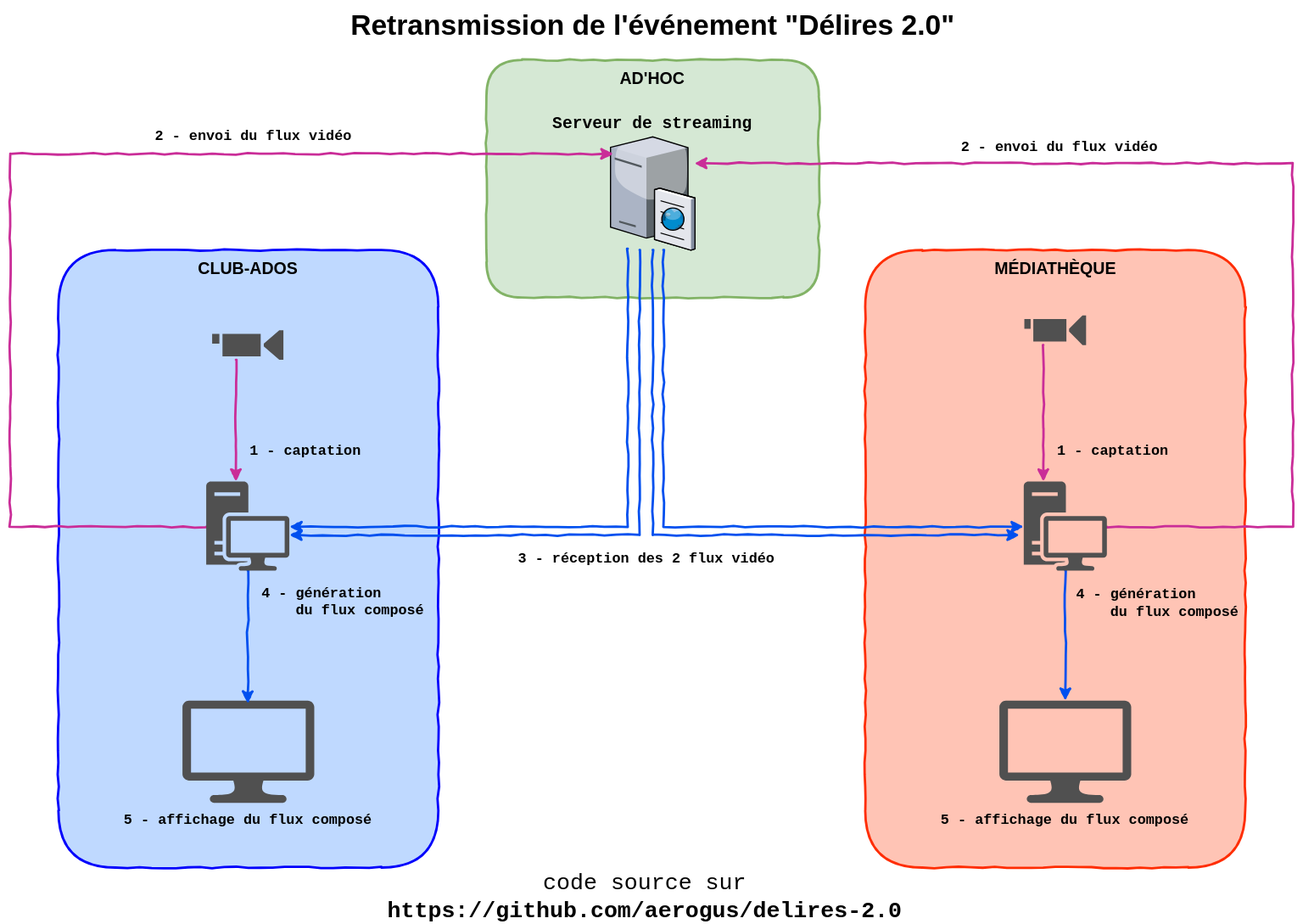
Above: synoptique.svg in aerogus/delires-2.0 (draw.io), before the change. Source tidied: cells renumbered, new cells last; positions are measured from the earlier drawing's top-left corner, leaving out a move shared by most shapes.
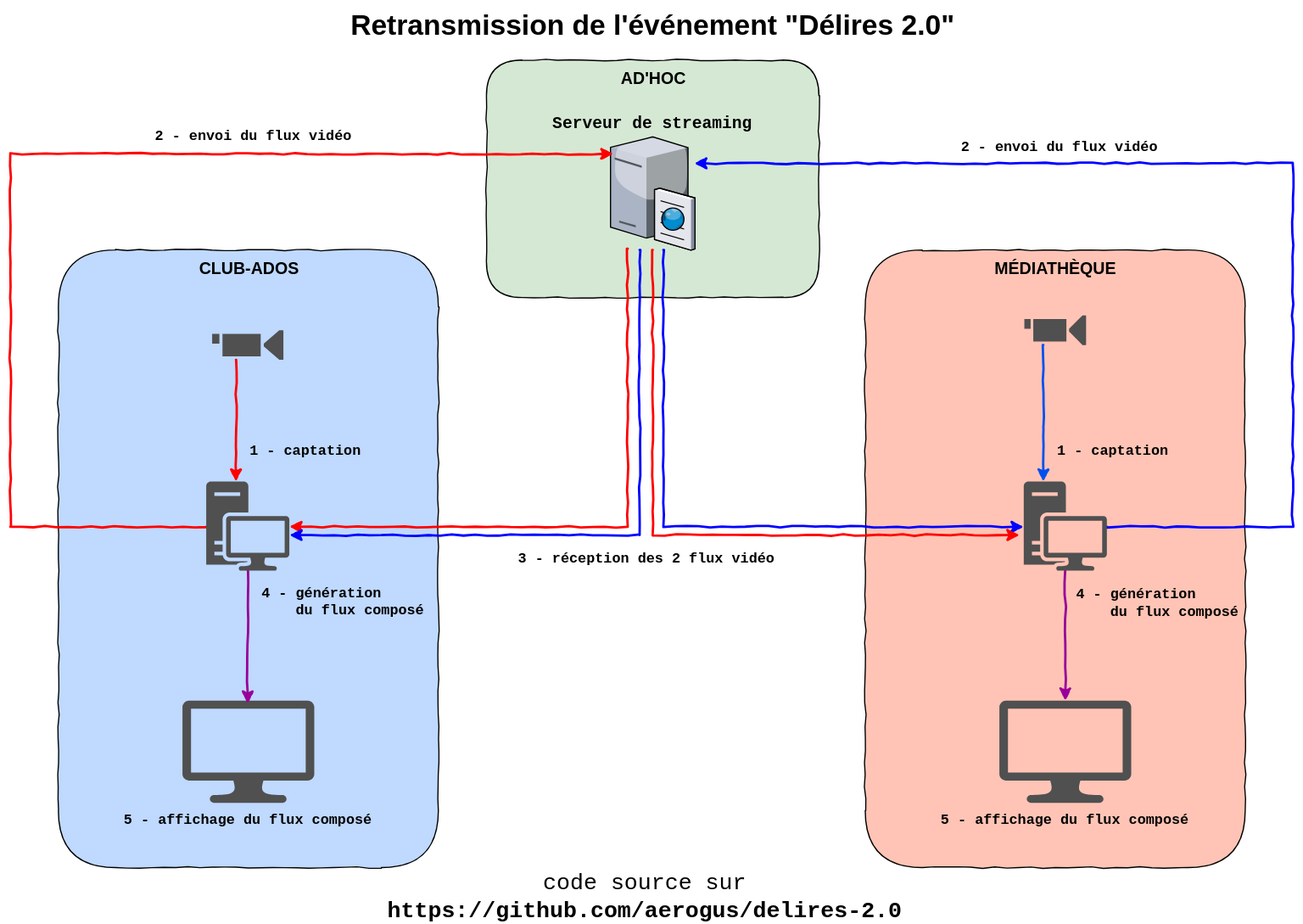
The same file after the commit.

Commit message:
couleurs + intelligibles

Change to the diagram source:
```diff
@@ -2,16 +2,16 @@
   <root>
     <mxCell id="0" style="html=1;" />
     <mxCell id="1" style="html=1;" parent="0" />
-    <mxCell id="2" value="&lt;div&gt;&lt;b&gt;AD'HOC&lt;/b&gt;&lt;/div&gt;&lt;div&gt;&lt;br&gt;&lt;/div&gt;" style="whiteSpace=wrap;html=1;fillColor=#d5e8d4;fontSize=14;strokeColor=#82b366;verticalAlign=top;rounded=1;strokeWidth=2;comic=1;" parent="1" vertex="1">
+    <mxCell id="2" value="&lt;div&gt;&lt;b&gt;AD'HOC&lt;/b&gt;&lt;/div&gt;&lt;div&gt;&lt;br&gt;&lt;/div&gt;" style="whiteSpace=wrap;html=1;fillColor=#d5e8d4;fontSize=14;strokeColor=#000000;verticalAlign=top;rounded=1;strokeWidth=1;comic=1;" parent="1" vertex="1">
       <mxGeometry x="401" y="50" width="280" height="200" as="geometry" />
     </mxCell>
-    <mxCell id="3" value="&lt;div&gt;&lt;b&gt;CLUB-ADOS&lt;/b&gt;&lt;/div&gt;" style="whiteSpace=wrap;html=1;fillColor=#BFD9FF;fontSize=14;strokeColor=#0000FC;verticalAlign=top;rounded=1;glass=0;shadow=0;comic=1;strokeWidth=2;perimeterSpacing=0;" parent="1" vertex="1">
+    <mxCell id="3" value="&lt;div&gt;&lt;b&gt;CLUB-ADOS&lt;/b&gt;&lt;/div&gt;" style="whiteSpace=wrap;html=1;fillColor=#BFD9FF;fontSize=14;strokeColor=#000000;verticalAlign=top;rounded=1;glass=0;shadow=0;comic=1;strokeWidth=1;perimeterSpacing=0;" parent="1" vertex="1">
       <mxGeometry x="40.5" y="210" width="320" height="520" as="geometry" />
     </mxCell>
-    <mxCell id="4" value="&lt;div&gt;&lt;b&gt;MÉDIATHÈQUE&lt;/b&gt;&lt;/div&gt;" style="whiteSpace=wrap;html=1;fillColor=#FFC4B5;fontSize=14;strokeColor=#FF2D03;verticalAlign=top;rounded=1;shadow=0;comic=1;fontFamily=Helvetica;labelBackgroundColor=none;labelBorderColor=none;strokeWidth=2;" parent="1" vertex="1">
+    <mxCell id="4" value="&lt;div&gt;&lt;b&gt;MÉDIATHÈQUE&lt;/b&gt;&lt;/div&gt;" style="whiteSpace=wrap;html=1;fillColor=#FFC4B5;fontSize=14;strokeColor=#000000;verticalAlign=top;rounded=1;shadow=0;comic=1;fontFamily=Helvetica;labelBackgroundColor=none;labelBorderColor=none;strokeWidth=1;" parent="1" vertex="1">
       <mxGeometry x="720" y="210" width="320" height="520" as="geometry" />
     </mxCell>
-    <mxCell id="5" style="edgeStyle=orthogonalEdgeStyle;rounded=0;html=1;jettySize=auto;entryX=1;entryY=0.507;entryPerimeter=0;fillColor=#0050ef;strokeColor=#0050ef;strokeWidth=2;comic=1;" parent="1" edge="1" target="20">
+    <mxCell id="5" style="edgeStyle=orthogonalEdgeStyle;rounded=0;html=1;jettySize=auto;entryX=1;entryY=0.507;entryPerimeter=0;fillColor=#0050ef;strokeColor=#FF0000;strokeWidth=2;comic=1;" parent="1" edge="1" target="20">
       <mxGeometry relative="1" as="geometry">
         <mxPoint x="520" y="209" as="sourcePoint" />
         <Array as="points">
@@ -20,21 +20,21 @@
         </Array>
       </mxGeometry>
     </mxCell>
-    <mxCell id="6" style="edgeStyle=orthogonalEdgeStyle;rounded=0;html=1;jettySize=auto;fillColor=#0050ef;strokeColor=#0050ef;strokeWidth=2;comic=1;" parent="1" edge="1" source="9" target="23">
+    <mxCell id="6" style="edgeStyle=orthogonalEdgeStyle;rounded=0;html=1;jettySize=auto;fillColor=#0050ef;strokeColor=#0000FF;strokeWidth=2;comic=1;" parent="1" edge="1" source="9" target="23">
       <mxGeometry relative="1" as="geometry">
         <Array as="points">
           <mxPoint x="550" y="443" />
         </Array>
       </mxGeometry>
     </mxCell>
-    <mxCell id="7" style="edgeStyle=orthogonalEdgeStyle;rounded=0;html=1;jettySize=auto;strokeWidth=2;fillColor=#0050ef;strokeColor=#0050ef;comic=1;" parent="1" edge="1" source="9" target="20">
+    <mxCell id="7" style="edgeStyle=orthogonalEdgeStyle;rounded=0;html=1;jettySize=auto;strokeWidth=2;fillColor=#0050ef;strokeColor=#0000FF;comic=1;" parent="1" edge="1" source="9" target="20">
       <mxGeometry relative="1" as="geometry">
         <Array as="points">
           <mxPoint x="530" y="450" />
         </Array>
       </mxGeometry>
     </mxCell>
-    <mxCell id="8" style="edgeStyle=orthogonalEdgeStyle;rounded=0;html=1;jettySize=auto;strokeWidth=2;fillColor=#0050ef;strokeColor=#0050ef;comic=1;" parent="1" edge="1" source="9">
+    <mxCell id="8" style="edgeStyle=orthogonalEdgeStyle;rounded=0;html=1;jettySize=auto;strokeWidth=2;fillColor=#0050ef;strokeColor=#FF0000;comic=1;" parent="1" edge="1" source="9">
       <mxGeometry relative="1" as="geometry">
         <mxPoint x="850" y="450" as="targetPoint" />
         <Array as="points">
@@ -55,7 +55,7 @@
     <mxCell id="12" value="&lt;b&gt;&lt;font face=&quot;Courier New&quot;&gt;5 - affichage du flux composé&lt;/font&gt;&lt;/b&gt;" style="shadow=0;dashed=0;html=1;strokeColor=none;fillColor=#505050;labelPosition=center;verticalLabelPosition=bottom;verticalAlign=top;outlineConnect=0;align=center;shape=mxgraph.office.devices.lcd_monitor;" parent="1" vertex="1">
       <mxGeometry x="833" y="589.5" width="111" height="86" as="geometry" />
     </mxCell>
-    <mxCell id="13" style="edgeStyle=orthogonalEdgeStyle;rounded=0;html=1;jettySize=auto;fillColor=#008a00;strokeColor=#ca2d98;strokeWidth=2;comic=1;" parent="1" edge="1" source="14" target="20">
+    <mxCell id="13" style="edgeStyle=orthogonalEdgeStyle;rounded=0;html=1;jettySize=auto;fillColor=#008a00;strokeColor=#FF0000;strokeWidth=2;comic=1;" parent="1" edge="1" source="14" target="20">
       <mxGeometry relative="1" as="geometry">
         <Array as="points">
           <mxPoint x="190" y="370" />
@@ -66,7 +66,7 @@
     <mxCell id="14" style="shadow=0;dashed=0;html=1;strokeColor=none;fillColor=#505050;labelPosition=center;verticalLabelPosition=bottom;verticalAlign=top;outlineConnect=0;align=center;shape=mxgraph.office.devices.video_camera;" parent="1" vertex="1">
       <mxGeometry x="170" y="277.5" width="60" height="25" as="geometry" />
     </mxCell>
-    <mxCell id="15" style="edgeStyle=orthogonalEdgeStyle;rounded=0;html=1;jettySize=auto;fillColor=#008a00;strokeColor=#ca2d98;strokeWidth=2;comic=1;" parent="1" edge="1" source="16" target="23">
+    <mxCell id="15" style="edgeStyle=orthogonalEdgeStyle;rounded=0;html=1;jettySize=auto;fillColor=#008a00;strokeColor=#0050EF;strokeWidth=2;comic=1;" parent="1" edge="1" source="16" target="23">
       <mxGeometry relative="1" as="geometry">
         <Array as="points">
           <mxPoint x="870" y="360" />
@@ -77,7 +77,7 @@
     <mxCell id="16" style="shadow=0;dashed=0;html=1;strokeColor=none;fillColor=#505050;labelPosition=center;verticalLabelPosition=bottom;verticalAlign=top;outlineConnect=0;align=center;shape=mxgraph.office.devices.video_camera;direction=east;" parent="1" vertex="1">
       <mxGeometry x="854" y="265" width="52" height="25" as="geometry" />
     </mxCell>
-    <mxCell id="17" style="edgeStyle=orthogonalEdgeStyle;rounded=0;html=1;entryX=0.042;entryY=0.169;jettySize=auto;entryPerimeter=0;fillColor=#e51400;strokeColor=#ca2d98;strokeWidth=2;comic=1;" parent="1" edge="1" source="20" target="9">
+    <mxCell id="17" style="edgeStyle=orthogonalEdgeStyle;rounded=0;html=1;entryX=0.042;entryY=0.169;jettySize=auto;entryPerimeter=0;fillColor=#e51400;strokeColor=#FF0000;strokeWidth=2;comic=1;" parent="1" edge="1" source="20" target="9">
       <mxGeometry relative="1" as="geometry">
         <Array as="points">
           <mxPoint y="443" />
@@ -90,13 +90,13 @@
         <mxPoint x="117.5" y="-18.5" as="offset" />
       </mxGeometry>
     </mxCell>
-    <mxCell id="19" style="edgeStyle=orthogonalEdgeStyle;rounded=0;html=1;entryX=0.495;entryY=0.029;entryPerimeter=0;jettySize=auto;strokeWidth=2;fillColor=#0050ef;strokeColor=#0050ef;comic=1;" parent="1" edge="1" source="20" target="11">
+    <mxCell id="19" style="edgeStyle=orthogonalEdgeStyle;rounded=0;html=1;entryX=0.495;entryY=0.029;entryPerimeter=0;jettySize=auto;strokeWidth=2;fillColor=#0050ef;strokeColor=#990099;comic=1;" parent="1" edge="1" source="20" target="11">
       <mxGeometry relative="1" as="geometry" />
     </mxCell>
     <mxCell id="20" style="shadow=0;dashed=0;html=1;strokeColor=none;fillColor=#505050;labelPosition=center;verticalLabelPosition=bottom;verticalAlign=top;outlineConnect=0;align=center;shape=mxgraph.office.devices.workstation;" parent="1" vertex="1">
       <mxGeometry x="165" y="405" width="70" height="75" as="geometry" />
     </mxCell>
-    <mxCell id="21" style="edgeStyle=orthogonalEdgeStyle;rounded=0;html=1;entryX=0.993;entryY=0.251;entryPerimeter=0;jettySize=auto;fillColor=#e51400;strokeColor=#ca2d98;strokeWidth=2;shadow=0;comic=1;" parent="1" edge="1" source="23" target="9">
+    <mxCell id="21" style="edgeStyle=orthogonalEdgeStyle;rounded=0;html=1;entryX=0.993;entryY=0.251;entryPerimeter=0;jettySize=auto;fillColor=#e51400;strokeColor=#0000FF;strokeWidth=2;shadow=0;comic=1;" parent="1" edge="1" source="23" target="9">
       <mxGeometry relative="1" as="geometry">
         <Array as="points">
           <mxPoint x="1080" y="443" />
@@ -104,7 +104,7 @@
         </Array>
       </mxGeometry>
     </mxCell>
-    <mxCell id="22" style="edgeStyle=orthogonalEdgeStyle;rounded=0;html=1;jettySize=auto;strokeWidth=2;fillColor=#0050ef;strokeColor=#0050ef;comic=1;" parent="1" edge="1" source="23" target="12">
+    <mxCell id="22" style="edgeStyle=orthogonalEdgeStyle;rounded=0;html=1;jettySize=auto;strokeWidth=2;fillColor=#0050ef;strokeColor=#990099;comic=1;" parent="1" edge="1" source="23" target="12">
       <mxGeometry relative="1" as="geometry" />
     </mxCell>
     <mxCell id="23" style="shadow=0;dashed=0;html=1;strokeColor=none;fillColor=#505050;labelPosition=center;verticalLabelPosition=bottom;verticalAlign=top;outlineConnect=0;align=center;shape=mxgraph.office.devices.workstation;" parent="1" vertex="1">
```
